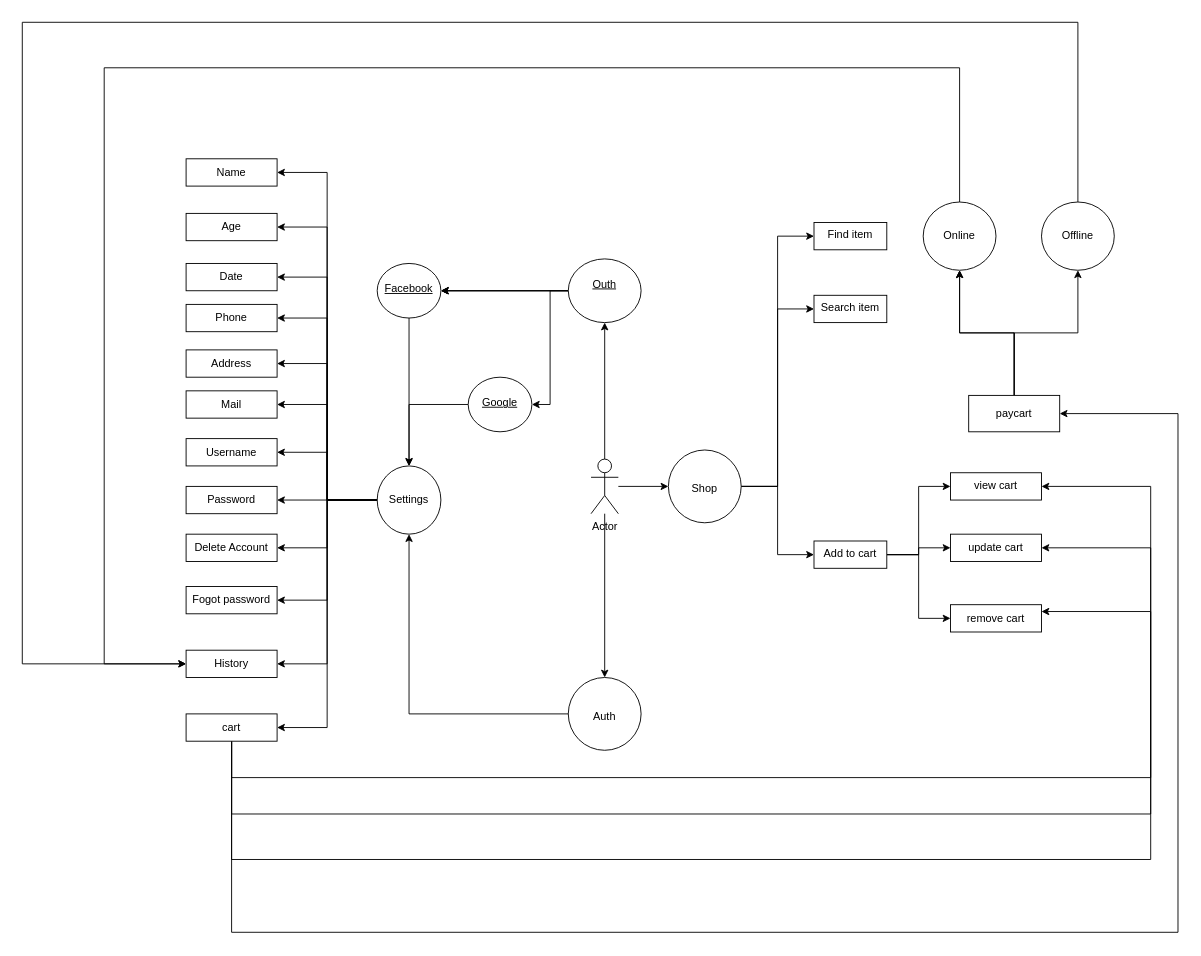
Before: diagram/User.drawio in quanber123/stores-api, a draw.io diagram. Source tidied: cells renumbered, new cells numbered last; positions are measured from the earlier drawing's top-left corner, leaving out a move shared by most shapes. Both pictures are drawn from the tidied source at 91%, with x=0, y=0 at pixel (22, 22).
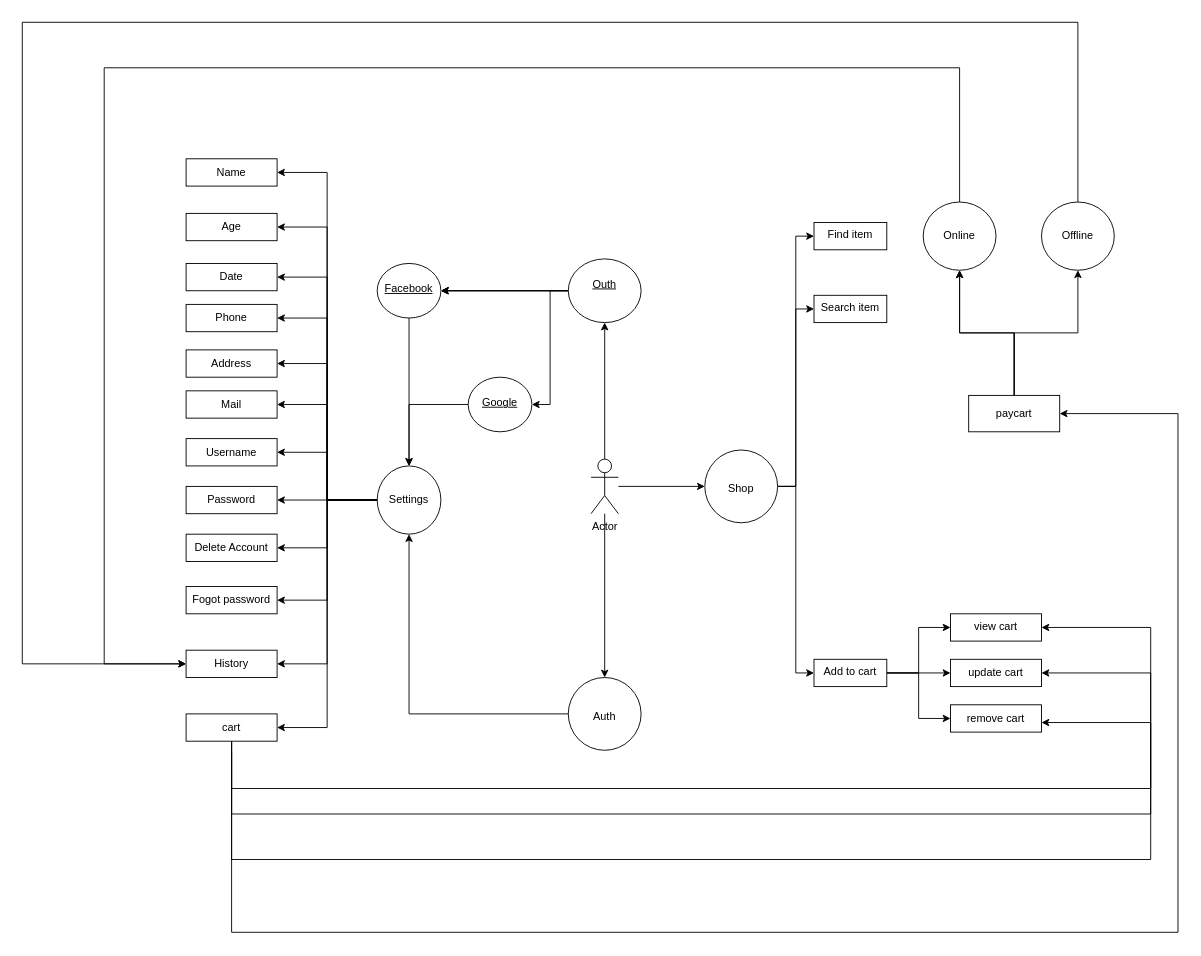
After the change.

Commit message (it also covers changes not shown here):
Cập nhật User.drawio

The change refers to these unchanged cells:
```xml
<mxCell id="5" value="Actor" style="shape=umlActor;verticalLabelPosition=bottom;verticalAlign=top;html=1;outlineConnect=0;" parent="1" vertex="1">
  <mxGeometry x="625" y="480" width="30" height="60" as="geometry" />
</mxCell>
<mxCell id="61" value="cart" style="whiteSpace=wrap;html=1;" parent="1" vertex="1">
  <mxGeometry x="180" y="760" width="100" height="30" as="geometry" />
</mxCell>
```

Change to the diagram source:
```diff
@@
-    <mxCell id="4" style="edgeStyle=orthogonalEdgeStyle;rounded=0;jettySize=auto;html=1;" parent="1" edge="1" source="5" target="43">
+    <mxCell id="4" style="edgeStyle=orthogonalEdgeStyle;rounded=0;jettySize=auto;html=1;entryX=0;entryY=0.5;entryDx=0;entryDy=0;" parent="1" edge="1" source="5" target="43">
       <mxGeometry relative="1" as="geometry" />
     </mxCell>
@@
     <mxCell id="39" value="update cart" style="whiteSpace=wrap;html=1;" parent="1" vertex="1">
-      <mxGeometry x="1020" y="562.5" width="100" height="30" as="geometry" />
+      <mxGeometry x="1020" y="700" width="100" height="30" as="geometry" />
     </mxCell>
@@
     <mxCell id="43" value="&lt;br&gt;&lt;br&gt;Shop" style="ellipse;whiteSpace=wrap;html=1;verticalAlign=top;" parent="1" vertex="1">
-      <mxGeometry x="710" y="470" width="80" height="80" as="geometry" />
+      <mxGeometry x="750" y="470" width="80" height="80" as="geometry" />
     </mxCell>
@@
     <mxCell id="49" value="Add to cart" style="whiteSpace=wrap;html=1;verticalAlign=top;" parent="1" vertex="1">
-      <mxGeometry x="870" y="570" width="80" height="30" as="geometry" />
+      <mxGeometry x="870" y="700" width="80" height="30" as="geometry" />
     </mxCell>
@@
     <mxCell id="51" value="view cart" style="whiteSpace=wrap;html=1;verticalAlign=top;" parent="1" vertex="1">
-      <mxGeometry x="1020" y="495" width="100" height="30" as="geometry" />
+      <mxGeometry x="1020" y="650" width="100" height="30" as="geometry" />
     </mxCell>
     <mxCell id="52" value="remove cart" style="whiteSpace=wrap;html=1;" parent="1" vertex="1">
-      <mxGeometry x="1020" y="640" width="100" height="30" as="geometry" />
+      <mxGeometry x="1020" y="750" width="100" height="30" as="geometry" />
     </mxCell>
@@
-    <mxCell id="57" style="edgeStyle=orthogonalEdgeStyle;rounded=0;jettySize=auto;html=1;entryX=1;entryY=0.5;entryDx=0;entryDy=0;exitX=0.5;exitY=1;exitDx=0;exitDy=0;" parent="1" edge="1" source="61" target="51">
-      <mxGeometry relative="1" as="geometry">
-        <Array as="points">
-          <mxPoint x="230" y="920" />
-          <mxPoint x="1240" y="920" />
-          <mxPoint x="1240" y="510" />
-        </Array>
-      </mxGeometry>
-    </mxCell>
     <mxCell id="58" style="edgeStyle=orthogonalEdgeStyle;rounded=0;jettySize=auto;html=1;entryX=1;entryY=0.5;entryDx=0;entryDy=0;" parent="1" edge="1" source="61" target="39">
       <mxGeometry relative="1" as="geometry">
         <Array as="points">
           <mxPoint x="230" y="870" />
           <mxPoint x="1240" y="870" />
-          <mxPoint x="1240" y="578" />
+          <mxPoint x="1240" y="715" />
         </Array>
       </mxGeometry>
     </mxCell>
-    <mxCell id="59" style="edgeStyle=orthogonalEdgeStyle;rounded=0;jettySize=auto;html=1;entryX=1;entryY=0.25;entryDx=0;entryDy=0;" parent="1" edge="1" source="61" target="52">
+    <mxCell id="59" style="edgeStyle=orthogonalEdgeStyle;rounded=0;orthogonalLoop=1;jettySize=auto;html=1;entryX=1;entryY=0.25;entryDx=0;entryDy=0;" parent="1" edge="1">
       <mxGeometry relative="1" as="geometry">
+        <mxPoint x="230" y="802" as="sourcePoint" />
+        <mxPoint x="1120" y="769.5" as="targetPoint" />
         <Array as="points">
-          <mxPoint x="230" y="830" />
-          <mxPoint x="1240" y="830" />
-          <mxPoint x="1240" y="648" />
+          <mxPoint x="230" y="842" />
+          <mxPoint x="1240" y="842" />
+          <mxPoint x="1240" y="770" />
+          <mxPoint x="1120" y="770" />
         </Array>
       </mxGeometry>
     </mxCell>
@@
+    <mxCell id="57" style="edgeStyle=orthogonalEdgeStyle;rounded=0;jettySize=auto;html=1;entryX=1;entryY=0.5;entryDx=0;entryDy=0;" parent="1" edge="1" source="61" target="51">
+      <mxGeometry relative="1" as="geometry">
+        <Array as="points">
+          <mxPoint x="230" y="920" />
+          <mxPoint x="1240" y="920" />
+          <mxPoint x="1240" y="665" />
+        </Array>
+      </mxGeometry>
+    </mxCell>
```
